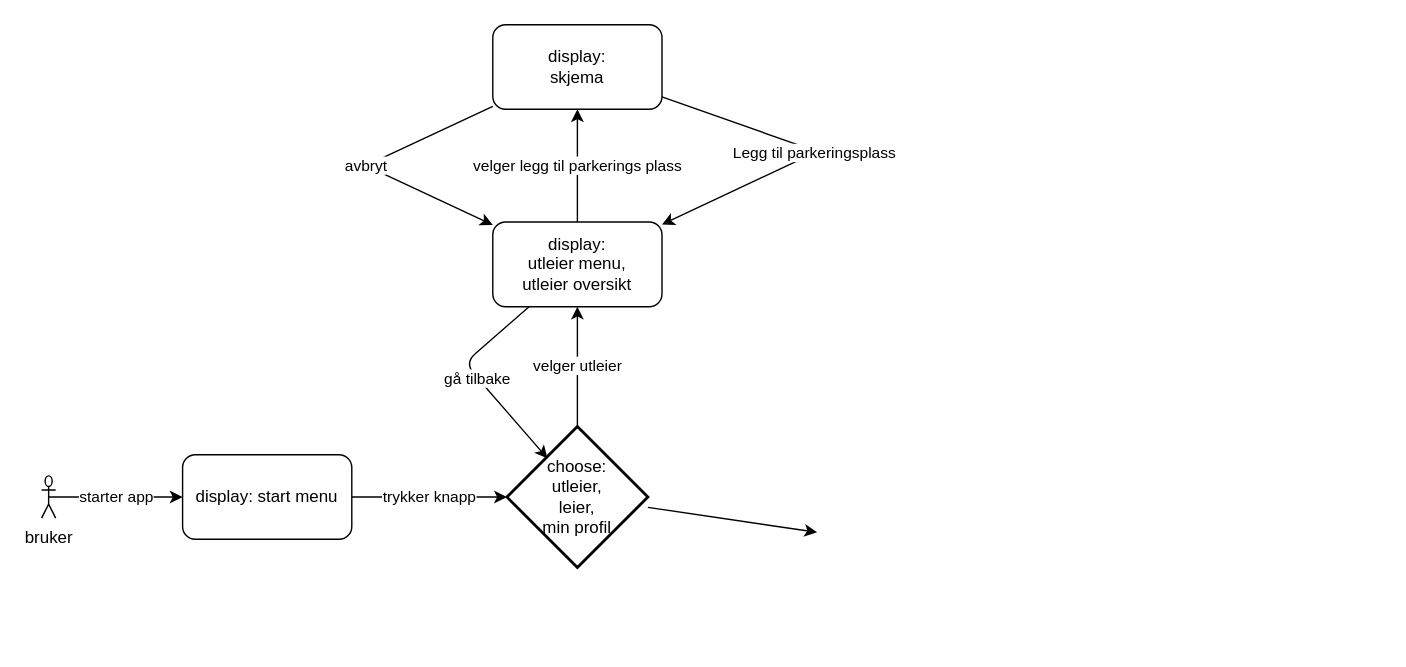
Earlier version of the draw.io diagram parkx_dokumentasjon/diagrammer/event diagram/event-diagram.drawio (Jollokim/ParkX). Source tidied: cells renumbered, new cells numbered last; positions are measured from the earlier drawing's top-left corner, leaving out a move shared by most shapes. Both pictures are drawn from the tidied source at 141%, with x=0, y=0 at pixel (41, 24).
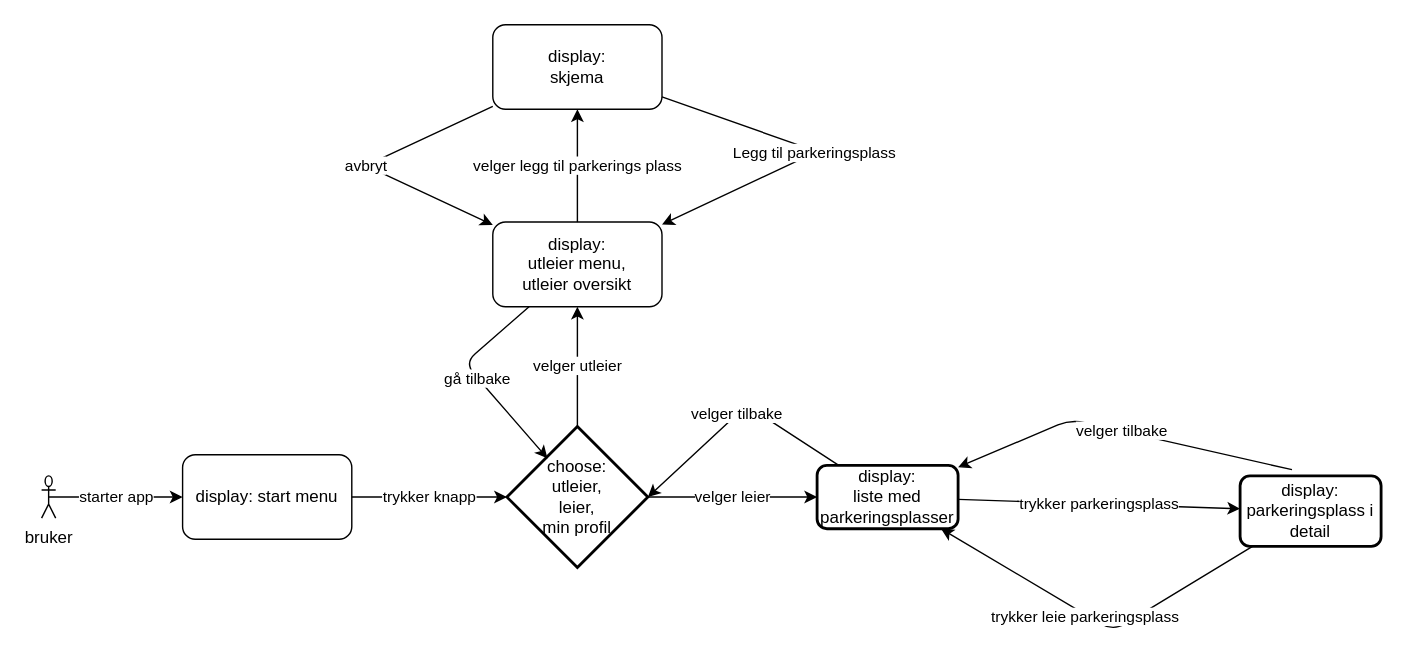
After the change.

Commit message (it also covers changes not shown here):
event diagram changes

The change refers to these unchanged cells:
```xml
<mxCell id="5" value="choose:&lt;br&gt;utleier,&lt;br&gt;leier,&lt;br&gt;min profil" style="strokeWidth=2;html=1;shape=mxgraph.flowchart.decision;whiteSpace=wrap;" parent="1" vertex="1">
  <mxGeometry x="330" y="285" width="100" height="100" as="geometry" />
</mxCell>
```

Change to the diagram source:
```diff
@@
-    <mxCell id="14" style="endArrow=classic;html=1;" parent="1" edge="1" source="5">
-      <mxGeometry relative="1" as="geometry">
-        <mxPoint x="550" y="360" as="targetPoint" />
-      </mxGeometry>
-    </mxCell>
+    <mxCell id="15" value="velger leier" style="endArrow=classic;html=1;exitX=1;exitY=0.5;exitDx=0;exitDy=0;exitPerimeter=0;" parent="1" edge="1" source="5" target="16">
+      <mxGeometry relative="1" as="geometry" />
+    </mxCell>
+    <mxCell id="16" value="display:&lt;br&gt;liste med parkeringsplasser" style="rounded=1;whiteSpace=wrap;html=1;absoluteArcSize=1;arcSize=14;strokeWidth=2;" parent="1" vertex="1">
+      <mxGeometry x="550" y="312.5" width="100" height="45" as="geometry" />
+    </mxCell>
+    <mxCell id="17" value="velger tilbake" style="endArrow=classic;html=1;entryX=1;entryY=0.5;entryDx=0;entryDy=0;entryPerimeter=0;" parent="1" edge="1" source="16" target="5">
+      <mxGeometry relative="1" as="geometry">
+        <Array as="points">
+          <mxPoint x="500" y="270" />
+        </Array>
+      </mxGeometry>
+    </mxCell>
+    <mxCell id="18" value="trykker parkeringsplass" style="endArrow=classic;html=1;" parent="1" edge="1" source="16" target="19">
+      <mxGeometry relative="1" as="geometry" />
+    </mxCell>
+    <mxCell id="19" value="display:&lt;br&gt;parkeringsplass i detail" style="rounded=1;whiteSpace=wrap;html=1;absoluteArcSize=1;arcSize=14;strokeWidth=2;" parent="1" vertex="1">
+      <mxGeometry x="850" y="320" width="100" height="50" as="geometry" />
+    </mxCell>
+    <mxCell id="20" value="velger tilbake" style="endArrow=classic;html=1;exitX=0.368;exitY=-0.088;exitDx=0;exitDy=0;exitPerimeter=0;" parent="1" edge="1" source="19" target="16">
+      <mxGeometry relative="1" as="geometry">
+        <Array as="points">
+          <mxPoint x="730" y="280" />
+        </Array>
+      </mxGeometry>
+    </mxCell>
+    <mxCell id="21" value="trykker leie parkeringsplass" style="endArrow=classic;html=1;" parent="1" edge="1" source="19" target="16">
+      <mxGeometry x="-0.1" y="-22" relative="1" as="geometry">
+        <Array as="points">
+          <mxPoint x="760" y="430" />
+        </Array>
+        <mxPoint x="-31" y="9" as="offset" />
+      </mxGeometry>
+    </mxCell>
```
